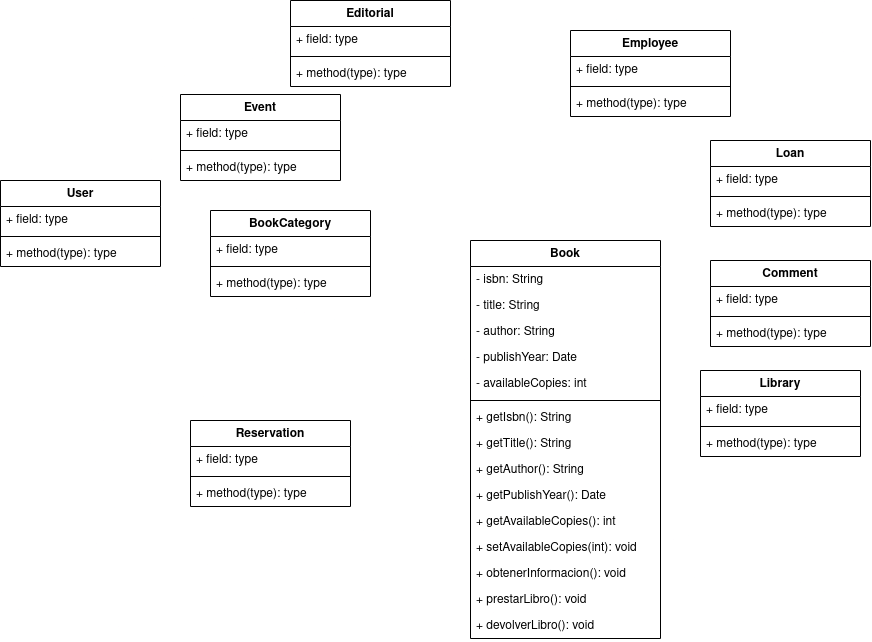
This is proyecto/classdiagram/classdiagramlibrary.png from mackstm/ets, a draw.io export, as it was before one commit. Source tidied: cells renumbered, new cells last; positions are measured from the earlier drawing's top-left corner, leaving out a move shared by most shapes.
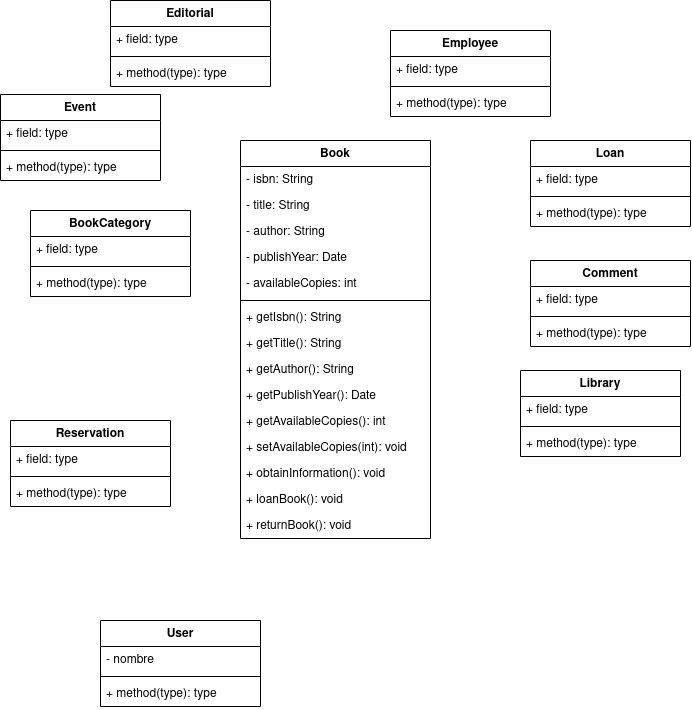
The same file after the commit.

What changed in the source:
```diff
@@ -3,7 +3,7 @@
     <mxCell id="0" />
     <mxCell id="1" parent="0" />
     <mxCell id="2" value="Book" style="swimlane;fontStyle=1;align=center;verticalAlign=top;horizontal=1;startSize=26;whiteSpace=wrap;html=1;" parent="1" vertex="1">
-      <mxGeometry x="470" y="240" width="190" height="398" as="geometry" />
+      <mxGeometry x="420" y="140" width="190" height="398" as="geometry" />
     </mxCell>
     <mxCell id="3" value="- isbn: String" style="text;strokeColor=none;fillColor=none;align=left;verticalAlign=top;spacingLeft=4;spacingRight=4;overflow=hidden;whiteSpace=wrap;html=1;" parent="2" vertex="1">
       <mxGeometry y="26" width="190" height="26" as="geometry" />
@@ -41,13 +41,13 @@
     <mxCell id="14" value="+ setAvailableCopies(int): void" style="text;strokeColor=none;fillColor=none;align=left;verticalAlign=top;spacingLeft=4;spacingRight=4;overflow=hidden;whiteSpace=wrap;html=1;" parent="2" vertex="1">
       <mxGeometry y="294" width="190" height="26" as="geometry" />
     </mxCell>
-    <mxCell id="15" value="+ obtenerInformacion(): void" style="text;strokeColor=none;fillColor=none;align=left;verticalAlign=top;spacingLeft=4;spacingRight=4;overflow=hidden;whiteSpace=wrap;html=1;" parent="2" vertex="1">
+    <mxCell id="15" value="+ obtainInformation(): void" style="text;strokeColor=none;fillColor=none;align=left;verticalAlign=top;spacingLeft=4;spacingRight=4;overflow=hidden;whiteSpace=wrap;html=1;" parent="2" vertex="1">
       <mxGeometry y="320" width="190" height="26" as="geometry" />
     </mxCell>
-    <mxCell id="16" value="+ prestarLibro(): void" style="text;strokeColor=none;fillColor=none;align=left;verticalAlign=top;spacingLeft=4;spacingRight=4;overflow=hidden;whiteSpace=wrap;html=1;" parent="2" vertex="1">
+    <mxCell id="16" value="+ loanBook(): void" style="text;strokeColor=none;fillColor=none;align=left;verticalAlign=top;spacingLeft=4;spacingRight=4;overflow=hidden;whiteSpace=wrap;html=1;" parent="2" vertex="1">
       <mxGeometry y="346" width="190" height="26" as="geometry" />
     </mxCell>
-    <mxCell id="17" value="+ devolverLibro(): void" style="text;strokeColor=none;fillColor=none;align=left;verticalAlign=top;spacingLeft=4;spacingRight=4;overflow=hidden;whiteSpace=wrap;html=1;" parent="2" vertex="1">
+    <mxCell id="17" value="+ returnBook(): void" style="text;strokeColor=none;fillColor=none;align=left;verticalAlign=top;spacingLeft=4;spacingRight=4;overflow=hidden;whiteSpace=wrap;html=1;" parent="2" vertex="1">
       <mxGeometry y="372" width="190" height="26" as="geometry" />
     </mxCell>
     <mxCell id="18" value="Reservation" style="swimlane;fontStyle=1;align=center;verticalAlign=top;horizontal=1;startSize=26;whiteSpace=wrap;html=1;" parent="1" vertex="1">
@@ -75,9 +75,9 @@
       <mxGeometry y="60" width="160" height="26" as="geometry" />
     </mxCell>
     <mxCell id="26" value="User" style="swimlane;fontStyle=1;align=center;verticalAlign=top;horizontal=1;startSize=26;whiteSpace=wrap;html=1;" parent="1" vertex="1">
-      <mxGeometry y="180" width="160" height="86" as="geometry" />
+      <mxGeometry x="280" y="620" width="160" height="86" as="geometry" />
     </mxCell>
-    <mxCell id="27" value="+ field: type" style="text;strokeColor=none;fillColor=none;align=left;verticalAlign=top;spacingLeft=4;spacingRight=4;overflow=hidden;whiteSpace=wrap;html=1;" parent="26" vertex="1">
+    <mxCell id="27" value="- nombre" style="text;strokeColor=none;fillColor=none;align=left;verticalAlign=top;spacingLeft=4;spacingRight=4;overflow=hidden;whiteSpace=wrap;html=1;" parent="26" vertex="1">
       <mxGeometry y="26" width="160" height="26" as="geometry" />
     </mxCell>
     <mxCell id="28" style="line;strokeWidth=1;fillColor=none;align=left;verticalAlign=middle;spacingTop=-1;spacingLeft=3;spacingRight=3;labelPosition=right;strokeColor=inherit;" parent="26" vertex="1">
```
